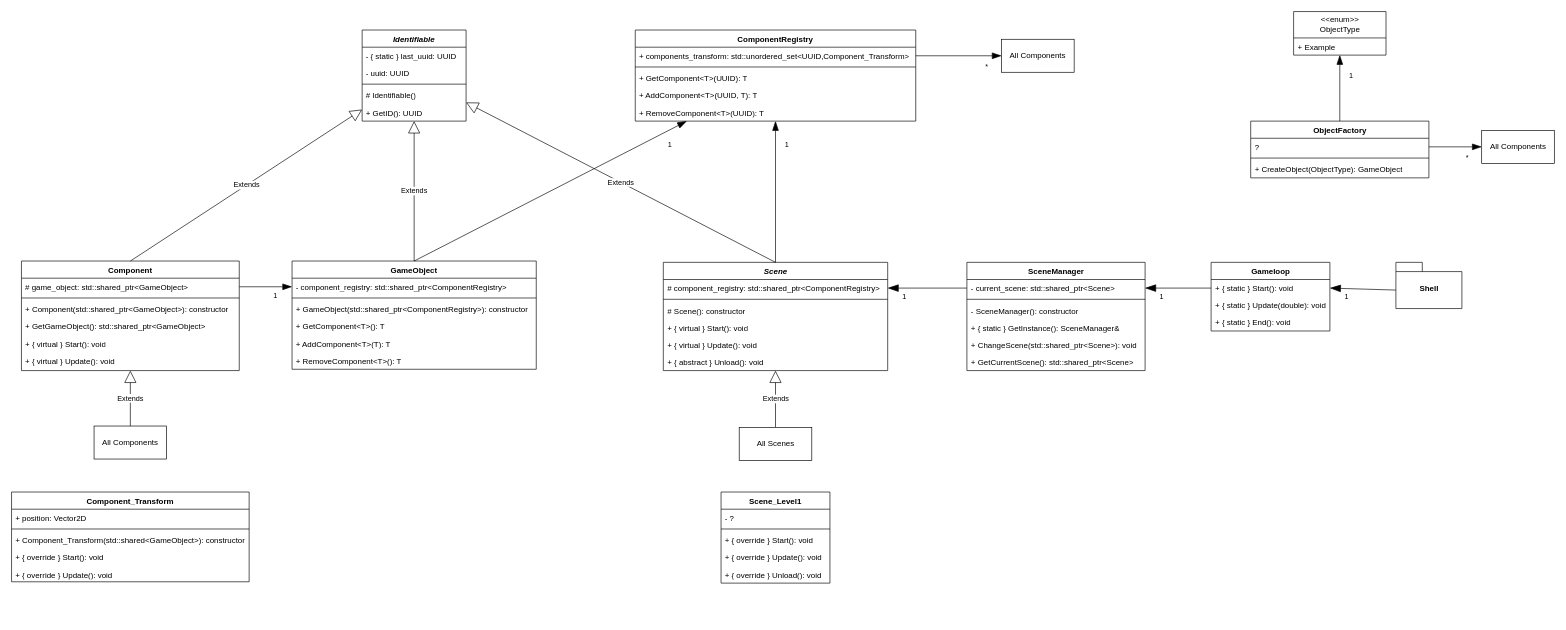
The draw.io diagram Forms/UML_Diagram.drawio in krystof-hruby/spaceshooter, before the edit. Source tidied: cells renumbered, new cells numbered last; positions are measured from the earlier drawing's top-left corner, leaving out a move shared by most shapes. Both pictures are drawn from the tidied source at 66%, with x=0, y=0 at pixel (11, 11).
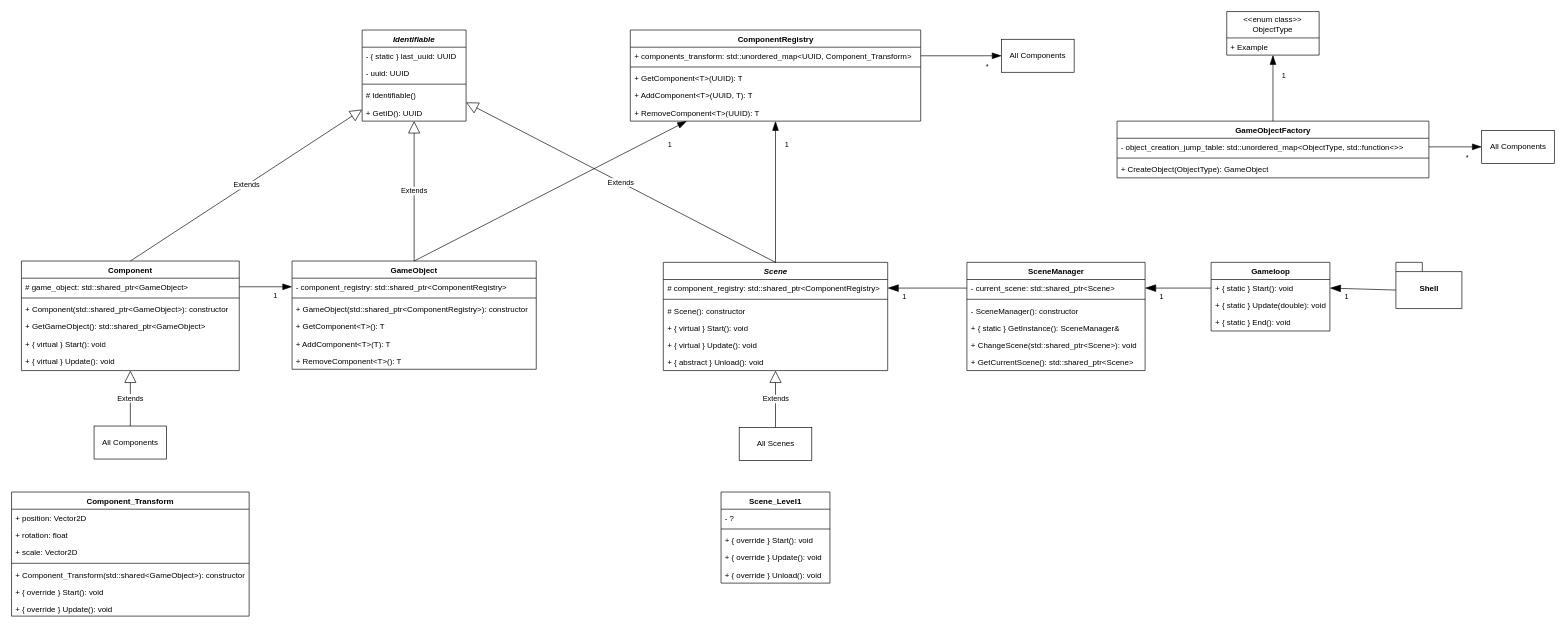
After the change.

Diff of the diagram source:
```diff
@@
     <mxCell id="38" value="Component_Transform" style="swimlane;fontStyle=1;align=center;verticalAlign=top;horizontal=1;startSize=26;whiteSpace=wrap;html=1;" parent="1" vertex="1">
-      <mxGeometry y="728" width="360" height="136" as="geometry" />
+      <mxGeometry y="728" width="360" height="188" as="geometry" />
     </mxCell>
@@
+    <mxCell id="92" value="+ rotation: float" style="text;strokeColor=none;fillColor=none;align=left;verticalAlign=top;spacingLeft=4;spacingRight=4;overflow=hidden;whiteSpace=wrap;html=1;" parent="38" vertex="1">
+      <mxGeometry y="52" width="360" height="26" as="geometry" />
+    </mxCell>
+    <mxCell id="93" value="+ scale: Vector2D" style="text;strokeColor=none;fillColor=none;align=left;verticalAlign=top;spacingLeft=4;spacingRight=4;overflow=hidden;whiteSpace=wrap;html=1;" parent="38" vertex="1">
+      <mxGeometry y="78" width="360" height="26" as="geometry" />
+    </mxCell>
     <mxCell id="40" style="line;strokeWidth=1;fillColor=none;align=left;verticalAlign=middle;spacingTop=-1;spacingLeft=3;spacingRight=3;labelPosition=right;strokeColor=inherit;" parent="38" vertex="1">
-      <mxGeometry y="52" width="360" height="8" as="geometry" />
+      <mxGeometry y="104" width="360" height="8" as="geometry" />
     </mxCell>
     <mxCell id="41" value="+ Component_Transform(std::shared&amp;lt;GameObject&amp;gt;): constructor" style="text;strokeColor=none;fillColor=none;align=left;verticalAlign=top;spacingLeft=4;spacingRight=4;overflow=hidden;whiteSpace=wrap;html=1;" parent="38" vertex="1">
-      <mxGeometry y="60" width="360" height="26" as="geometry" />
+      <mxGeometry y="112" width="360" height="26" as="geometry" />
     </mxCell>
     <mxCell id="42" value="+ { override } Start(): void" style="text;strokeColor=none;fillColor=none;align=left;verticalAlign=top;spacingLeft=4;spacingRight=4;overflow=hidden;whiteSpace=wrap;html=1;" parent="38" vertex="1">
-      <mxGeometry y="86" width="360" height="26" as="geometry" />
+      <mxGeometry y="138" width="360" height="26" as="geometry" />
     </mxCell>
     <mxCell id="43" value="+ { override }&amp;nbsp;Update(): void" style="text;strokeColor=none;fillColor=none;align=left;verticalAlign=top;spacingLeft=4;spacingRight=4;overflow=hidden;whiteSpace=wrap;html=1;" parent="38" vertex="1">
-      <mxGeometry y="112" width="360" height="24" as="geometry" />
+      <mxGeometry y="164" width="360" height="24" as="geometry" />
     </mxCell>
@@
-    <mxCell id="55" value="ObjectFactory" style="swimlane;fontStyle=1;align=center;verticalAlign=top;horizontal=1;startSize=26;whiteSpace=wrap;html=1;" parent="1" vertex="1">
-      <mxGeometry x="1877.5" y="166" width="270" height="86" as="geometry" />
+    <mxCell id="55" value="GameObjectFactory" style="swimlane;fontStyle=1;align=center;verticalAlign=top;horizontal=1;startSize=26;whiteSpace=wrap;html=1;" parent="1" vertex="1">
+      <mxGeometry x="1675" y="166" width="472.5" height="86" as="geometry" />
     </mxCell>
-    <mxCell id="56" value="?" style="text;strokeColor=none;fillColor=none;align=left;verticalAlign=top;spacingLeft=4;spacingRight=4;overflow=hidden;points=[[0,0.5],[1,0.5]];portConstraint=eastwest;whiteSpace=wrap;html=1;" parent="55" vertex="1">
-      <mxGeometry y="26" width="270" height="26" as="geometry" />
+    <mxCell id="56" value="- object_creation_jump_table: std::unordered_map&amp;lt;ObjectType, std::function&amp;lt;&amp;gt;&amp;gt;" style="text;strokeColor=none;fillColor=none;align=left;verticalAlign=top;spacingLeft=4;spacingRight=4;overflow=hidden;points=[[0,0.5],[1,0.5]];portConstraint=eastwest;whiteSpace=wrap;html=1;" parent="55" vertex="1">
+      <mxGeometry y="26" width="472.5" height="26" as="geometry" />
     </mxCell>
     <mxCell id="57" style="line;strokeWidth=1;fillColor=none;align=left;verticalAlign=middle;spacingTop=-1;spacingLeft=3;spacingRight=3;labelPosition=right;strokeColor=inherit;" parent="55" vertex="1">
-      <mxGeometry y="52" width="270" height="8" as="geometry" />
+      <mxGeometry y="52" width="472.5" height="8" as="geometry" />
     </mxCell>
     <mxCell id="58" value="+ CreateObject(ObjectType): GameObject" style="text;strokeColor=none;fillColor=none;align=left;verticalAlign=top;spacingLeft=4;spacingRight=4;overflow=hidden;whiteSpace=wrap;html=1;" parent="55" vertex="1">
-      <mxGeometry y="60" width="270" height="26" as="geometry" />
+      <mxGeometry y="60" width="472.5" height="26" as="geometry" />
     </mxCell>
-    <mxCell id="59" value="&amp;lt;&amp;lt;enum&amp;gt;&amp;gt;&lt;br&gt;ObjectType" style="swimlane;fontStyle=0;horizontal=1;startSize=40;fillColor=none;whiteSpace=wrap;html=1;" parent="1" vertex="1">
-      <mxGeometry x="1942.5" width="140" height="66" as="geometry" />
+    <mxCell id="59" value="&amp;lt;&amp;lt;enum class&amp;gt;&amp;gt;&lt;br&gt;ObjectType" style="swimlane;fontStyle=0;horizontal=1;startSize=40;fillColor=none;whiteSpace=wrap;html=1;" parent="1" vertex="1">
+      <mxGeometry x="1841.2" width="140" height="66" as="geometry" />
     </mxCell>
@@
     <mxCell id="76" value="ComponentRegistry" style="swimlane;fontStyle=1;align=center;verticalAlign=top;horizontal=1;startSize=26;whiteSpace=wrap;html=1;" parent="1" vertex="1">
-      <mxGeometry x="945" y="28" width="425" height="138" as="geometry" />
+      <mxGeometry x="937.5" y="28" width="440" height="138" as="geometry" />
     </mxCell>
-    <mxCell id="77" value="+ components_transform: std::unordered_set&amp;lt;UUID,Component_Transform&amp;gt;" style="text;strokeColor=none;fillColor=none;align=left;verticalAlign=top;spacingLeft=4;spacingRight=4;overflow=hidden;points=[[0,0.5],[1,0.5]];portConstraint=eastwest;whiteSpace=wrap;html=1;" parent="76" vertex="1">
-      <mxGeometry y="26" width="425" height="26" as="geometry" />
+    <mxCell id="77" value="+ components_transform: std::unordered_map&amp;lt;UUID, Component_Transform&amp;gt;" style="text;strokeColor=none;fillColor=none;align=left;verticalAlign=top;spacingLeft=4;spacingRight=4;overflow=hidden;points=[[0,0.5],[1,0.5]];portConstraint=eastwest;whiteSpace=wrap;html=1;" parent="76" vertex="1">
+      <mxGeometry y="26" width="440" height="26" as="geometry" />
     </mxCell>
     <mxCell id="78" style="line;strokeWidth=1;fillColor=none;align=left;verticalAlign=middle;spacingTop=-1;spacingLeft=3;spacingRight=3;labelPosition=right;strokeColor=inherit;" parent="76" vertex="1">
-      <mxGeometry y="52" width="425" height="8" as="geometry" />
+      <mxGeometry y="52" width="440" height="8" as="geometry" />
     </mxCell>
     <mxCell id="79" value="+ GetComponent&amp;lt;T&amp;gt;(UUID): T" style="text;strokeColor=none;fillColor=none;align=left;verticalAlign=top;spacingLeft=4;spacingRight=4;overflow=hidden;whiteSpace=wrap;html=1;" parent="76" vertex="1">
-      <mxGeometry y="60" width="425" height="26" as="geometry" />
+      <mxGeometry y="60" width="440" height="26" as="geometry" />
     </mxCell>
     <mxCell id="80" value="+ AddComponent&amp;lt;T&amp;gt;(UUID, T): T" style="text;strokeColor=none;fillColor=none;align=left;verticalAlign=top;spacingLeft=4;spacingRight=4;overflow=hidden;whiteSpace=wrap;html=1;" parent="76" vertex="1">
-      <mxGeometry y="86" width="425" height="26" as="geometry" />
+      <mxGeometry y="86" width="440" height="26" as="geometry" />
     </mxCell>
     <mxCell id="81" value="+ RemoveComponent&amp;lt;T&amp;gt;(UUID): T" style="text;strokeColor=none;fillColor=none;align=left;verticalAlign=top;spacingLeft=4;spacingRight=4;overflow=hidden;whiteSpace=wrap;html=1;" parent="76" vertex="1">
-      <mxGeometry y="112" width="425" height="26" as="geometry" />
+      <mxGeometry y="112" width="440" height="26" as="geometry" />
     </mxCell>
```
